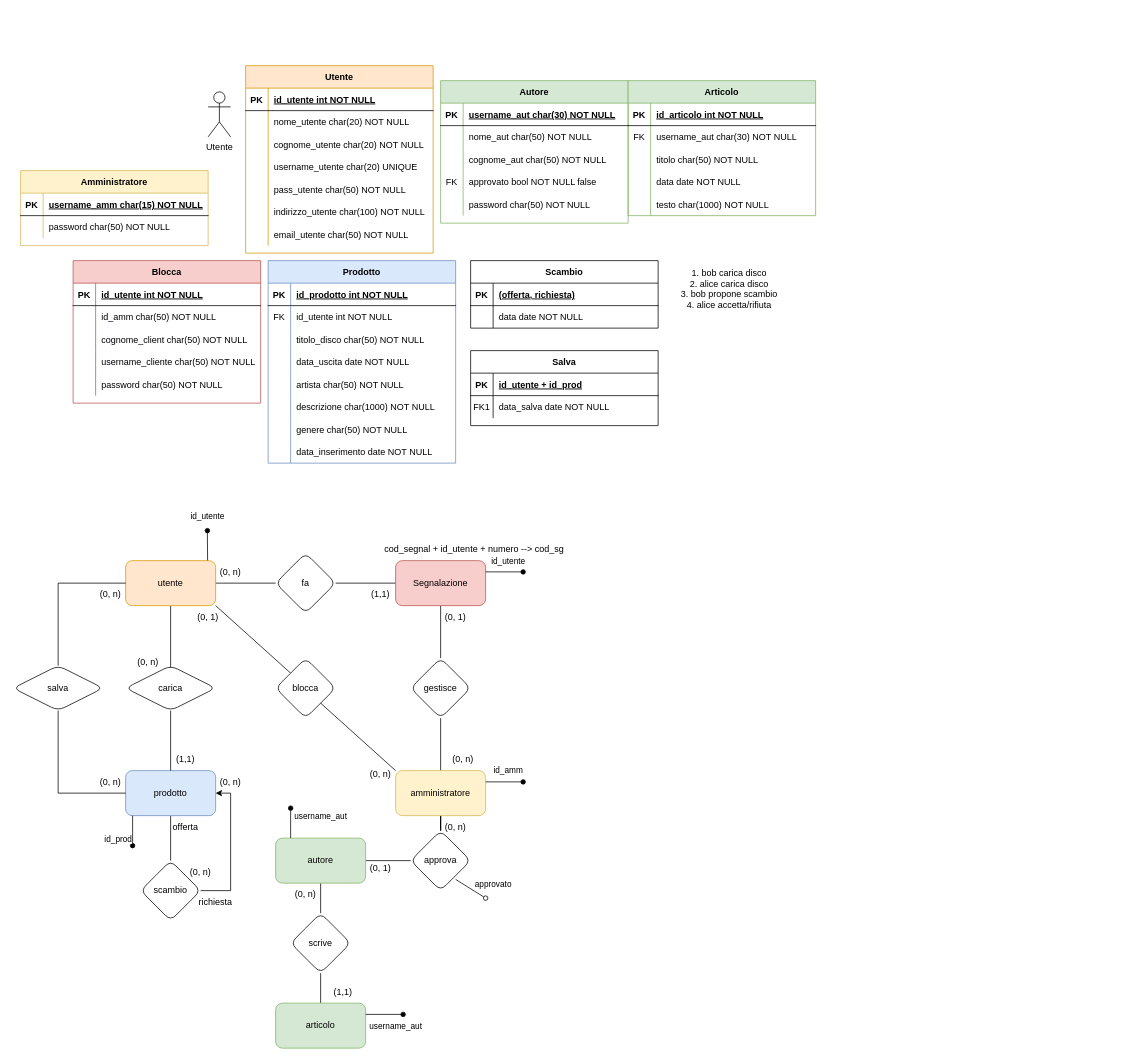
Above: testDraw.drawio in nonPitte/testDraw (draw.io), before the change. Source tidied: cells renumbered, new cells numbered last; positions are measured from the earlier drawing's top-left corner, leaving out a move shared by most shapes. Both pictures are drawn from the tidied source at 75%, with x=0, y=0 at pixel (13, 65).
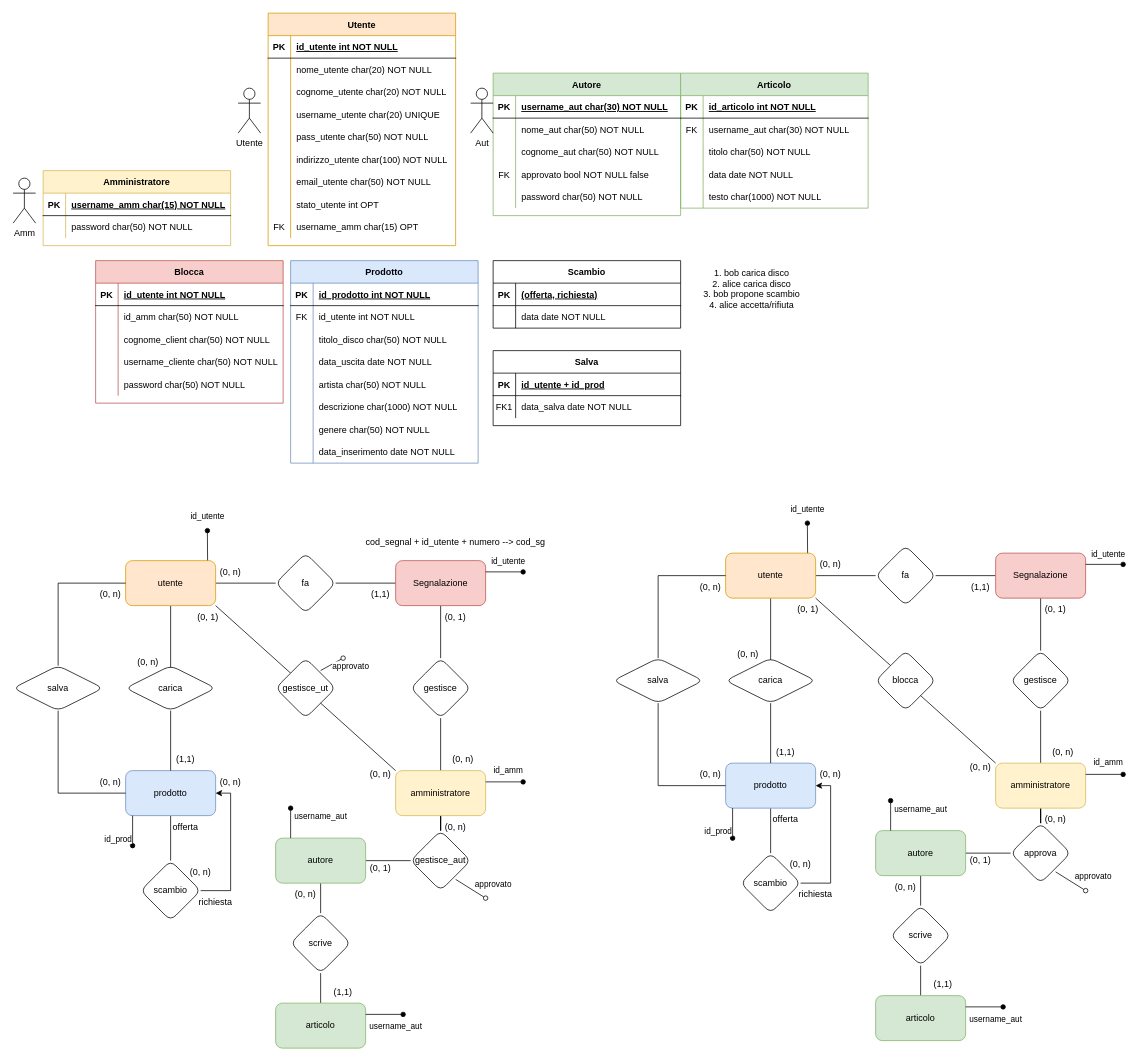
The same diagram, later.

Commit message:
aggiungi approvazione

What changed in the source:
```diff
@@
     <mxCell id="2" value="Utente" style="shape=table;startSize=30;childLayout=tableLayout;rowLines=0;fontStyle=1;align=center;fillColor=#ffe6cc;strokeColor=#d79b00;" parent="1" vertex="1">
-      <mxGeometry x="310" width="250" height="250" as="geometry" />
+      <mxGeometry x="340" y="-70" width="250" height="310" as="geometry" />
     </mxCell>
@@
+    <mxCell id="177" style="shape=partialRectangle;fillColor=none;top=0;left=0;right=0;bottom=0;" parent="2" vertex="1">
+      <mxGeometry y="240" width="250" height="30" as="geometry" />
+    </mxCell>
+    <mxCell id="178" style="shape=partialRectangle;overflow=hidden;fillColor=none;top=0;left=0;bottom=0;right=0;" parent="177" vertex="1">
+      <mxGeometry width="30" height="30" as="geometry" />
+    </mxCell>
+    <mxCell id="179" value="stato_utente int OPT" style="shape=partialRectangle;overflow=hidden;fillColor=none;top=0;left=0;bottom=0;right=0;align=left;spacingLeft=6;labelBackgroundColor=none;fontSize=12;" parent="177" vertex="1">
+      <mxGeometry x="30" width="220" height="30" as="geometry" />
+    </mxCell>
+    <mxCell id="180" style="shape=partialRectangle;fillColor=none;top=0;left=0;right=0;bottom=0;" parent="2" vertex="1">
+      <mxGeometry y="270" width="250" height="30" as="geometry" />
+    </mxCell>
+    <mxCell id="181" value="FK" style="shape=partialRectangle;overflow=hidden;fillColor=none;top=0;left=0;bottom=0;right=0;" parent="180" vertex="1">
+      <mxGeometry width="30" height="30" as="geometry" />
+    </mxCell>
+    <mxCell id="182" value="username_amm char(15) OPT" style="shape=partialRectangle;overflow=hidden;fillColor=none;top=0;left=0;bottom=0;right=0;align=left;spacingLeft=6;" parent="180" vertex="1">
+      <mxGeometry x="30" width="220" height="30" as="geometry" />
+    </mxCell>
     <mxCell id="24" value="Prodotto" style="shape=table;startSize=30;childLayout=tableLayout;rowLines=0;fontStyle=1;align=center;fillColor=#dae8fc;strokeColor=#6c8ebf;" parent="1" vertex="1">
-      <mxGeometry x="340" y="260" width="250" height="270" as="geometry" />
+      <mxGeometry x="370" y="260" width="250" height="270" as="geometry" />
     </mxCell>
@@
     <mxCell id="49" value="Utente" style="shape=umlActor;verticalLabelPosition=bottom;verticalAlign=top;html=1;strokeColor=default;align=center;fontFamily=Helvetica;fontSize=12;fontColor=default;fillColor=none;" parent="1" vertex="1">
-      <mxGeometry x="260" y="35" width="30" height="60" as="geometry" />
+      <mxGeometry x="300" y="30" width="30" height="60" as="geometry" />
     </mxCell>
     <mxCell id="50" value="Amministratore" style="shape=table;startSize=30;childLayout=tableLayout;rowLines=0;fontStyle=1;align=center;fillColor=#fff2cc;strokeColor=#d6b656;" parent="1" vertex="1">
-      <mxGeometry x="10" y="140" width="250" height="100" as="geometry" />
+      <mxGeometry x="40" y="140" width="250" height="100" as="geometry" />
     </mxCell>
@@
-    <mxCell id="66" value="blocca" style="rhombus;whiteSpace=wrap;html=1;rounded=1;" parent="1" vertex="1">
+    <mxCell id="66" value="gestisce_ut" style="rhombus;whiteSpace=wrap;html=1;rounded=1;" parent="1" vertex="1">
       <mxGeometry x="350" y="790" width="80" height="80" as="geometry" />
     </mxCell>
@@
     <mxCell id="82" value="cod_segnal + id_utente + numero --&amp;gt; cod_sg" style="text;html=1;align=center;verticalAlign=middle;whiteSpace=wrap;rounded=0;" parent="1" vertex="1">
-      <mxGeometry x="440" y="630" width="350" height="30" as="geometry" />
+      <mxGeometry x="415" y="620" width="350" height="30" as="geometry" />
     </mxCell>
@@
     <mxCell id="91" value="Salva" style="shape=table;startSize=30;childLayout=tableLayout;rowLines=0;fontStyle=1;align=center;" parent="1" vertex="1">
-      <mxGeometry x="610" y="380" width="250" height="100" as="geometry" />
+      <mxGeometry x="640" y="380" width="250" height="100" as="geometry" />
     </mxCell>
@@
     <mxCell id="100" value="Blocca" style="shape=table;startSize=30;childLayout=tableLayout;rowLines=0;fontStyle=1;align=center;fillColor=#f8cecc;strokeColor=#b85450;" parent="1" vertex="1">
-      <mxGeometry x="80" y="260" width="250" height="190" as="geometry" />
+      <mxGeometry x="110" y="260" width="250" height="190" as="geometry" />
     </mxCell>
@@
     <mxCell id="116" value="Scambio" style="shape=table;startSize=30;childLayout=tableLayout;rowLines=0;fontStyle=1;align=center;" parent="1" vertex="1">
-      <mxGeometry x="610" y="260" width="250" height="90" as="geometry" />
+      <mxGeometry x="640" y="260" width="250" height="90" as="geometry" />
     </mxCell>
@@
     <mxCell id="123" value="&lt;div&gt;1. bob carica disco&lt;/div&gt;&lt;div&gt;2. alice carica disco&lt;/div&gt;&lt;div&gt;3. bob propone scambio&lt;/div&gt;&lt;div&gt;4. alice accetta/rifiuta&lt;br&gt;&lt;/div&gt;&lt;div&gt;&lt;br&gt;&lt;/div&gt;" style="text;html=1;align=center;verticalAlign=middle;whiteSpace=wrap;rounded=0;" parent="1" vertex="1">
-      <mxGeometry x="860" y="270" width="190" height="70" as="geometry" />
+      <mxGeometry x="890" y="270" width="190" height="70" as="geometry" />
     </mxCell>
@@
-    <mxCell id="132" value="approva" style="rhombus;whiteSpace=wrap;html=1;rounded=1;" parent="1" vertex="1">
+    <mxCell id="132" value="gestisce_aut" style="rhombus;whiteSpace=wrap;html=1;rounded=1;" parent="1" vertex="1">
       <mxGeometry x="530" y="1020" width="80" height="80" as="geometry" />
     </mxCell>
@@
     <mxCell id="135" value="Autore" style="shape=table;startSize=30;childLayout=tableLayout;rowLines=0;fontStyle=1;align=center;fillColor=#d5e8d4;strokeColor=#82b366;" parent="1" vertex="1">
-      <mxGeometry x="570" y="20" width="250" height="190" as="geometry" />
+      <mxGeometry x="640" y="10" width="250" height="190" as="geometry" />
     </mxCell>
@@
     <mxCell id="161" value="Articolo" style="shape=table;startSize=30;childLayout=tableLayout;rowLines=0;fontStyle=1;align=center;fillColor=#d5e8d4;strokeColor=#82b366;" parent="1" vertex="1">
-      <mxGeometry x="820" y="20" width="250" height="180" as="geometry" />
+      <mxGeometry x="890" y="10" width="250" height="180" as="geometry" />
     </mxCell>
@@
+    <mxCell id="183" value="Amm" style="shape=umlActor;verticalLabelPosition=bottom;verticalAlign=top;html=1;" parent="1" vertex="1">
+      <mxGeometry y="150" width="30" height="60" as="geometry" />
+    </mxCell>
+    <mxCell id="184" value="Aut" style="shape=umlActor;verticalLabelPosition=bottom;verticalAlign=top;html=1;" parent="1" vertex="1">
+      <mxGeometry x="610" y="30" width="30" height="60" as="geometry" />
+    </mxCell>
+    <mxCell id="185" style="edgeStyle=orthogonalEdgeStyle;rounded=0;jettySize=auto;html=1;endArrow=none;endFill=0;" parent="1" edge="1" source="211" target="187">
+      <mxGeometry relative="1" as="geometry" />
+    </mxCell>
+    <mxCell id="186" style="edgeStyle=orthogonalEdgeStyle;rounded=0;jettySize=auto;html=1;endArrow=none;endFill=0;exitX=1;exitY=0.5;exitDx=0;exitDy=0;" parent="1" edge="1" source="187" target="189">
+      <mxGeometry relative="1" as="geometry" />
+    </mxCell>
+    <mxCell id="187" value="fa" style="rhombus;whiteSpace=wrap;html=1;rounded=1;" parent="1" vertex="1">
+      <mxGeometry x="1150" y="640" width="80" height="80" as="geometry" />
+    </mxCell>
+    <mxCell id="188" style="edgeStyle=orthogonalEdgeStyle;rounded=0;jettySize=auto;html=1;endArrow=none;endFill=0;" parent="1" edge="1" source="189" target="191">
+      <mxGeometry relative="1" as="geometry" />
+    </mxCell>
+    <mxCell id="189" value="Segnalazione" style="whiteSpace=wrap;html=1;rounded=1;fillColor=#f8cecc;strokeColor=#b85450;" parent="1" vertex="1">
+      <mxGeometry x="1310" y="650" width="120" height="60" as="geometry" />
+    </mxCell>
+    <mxCell id="190" style="edgeStyle=orthogonalEdgeStyle;rounded=0;jettySize=auto;html=1;endArrow=none;endFill=0;" parent="1" edge="1" source="191" target="193">
+      <mxGeometry relative="1" as="geometry" />
+    </mxCell>
+    <mxCell id="191" value="gestisce" style="rhombus;whiteSpace=wrap;html=1;rounded=1;" parent="1" vertex="1">
+      <mxGeometry x="1330" y="780" width="80" height="80" as="geometry" />
+    </mxCell>
+    <mxCell id="192" style="edgeStyle=orthogonalEdgeStyle;rounded=0;jettySize=auto;html=1;endArrow=none;endFill=0;" parent="1" edge="1" source="193" target="228">
+      <mxGeometry relative="1" as="geometry" />
+    </mxCell>
+    <mxCell id="193" value="amministratore" style="whiteSpace=wrap;html=1;rounded=1;fillColor=#fff2cc;strokeColor=#d6b656;" parent="1" vertex="1">
+      <mxGeometry x="1310" y="930" width="120" height="60" as="geometry" />
+    </mxCell>
+    <mxCell id="194" value="blocca" style="rhombus;whiteSpace=wrap;html=1;rounded=1;" parent="1" vertex="1">
+      <mxGeometry x="1150" y="780" width="80" height="80" as="geometry" />
+    </mxCell>
+    <mxCell id="195" style="endArrow=none;html=1;rounded=0;exitX=1;exitY=1;exitDx=0;exitDy=0;entryX=0;entryY=0;entryDx=0;entryDy=0;" parent="1" edge="1" source="211" target="194">
+      <mxGeometry relative="1" as="geometry" />
+    </mxCell>
+    <mxCell id="196" style="edgeStyle=orthogonalEdgeStyle;rounded=0;jettySize=auto;html=1;endArrow=none;endFill=0;" parent="1" edge="1" source="197" target="224">
+      <mxGeometry relative="1" as="geometry" />
+    </mxCell>
+    <mxCell id="197" value="prodotto" style="whiteSpace=wrap;html=1;rounded=1;fillColor=#dae8fc;strokeColor=#6c8ebf;" parent="1" vertex="1">
+      <mxGeometry x="950" y="930" width="120" height="60" as="geometry" />
+    </mxCell>
+    <mxCell id="198" value="carica" style="shape=rhombus;perimeter=rhombusPerimeter;whiteSpace=wrap;html=1;align=center;rounded=1;" parent="1" vertex="1">
+      <mxGeometry x="950" y="790" width="120" height="60" as="geometry" />
+    </mxCell>
+    <mxCell id="199" value="(0, n)" style="text;html=1;align=center;verticalAlign=middle;whiteSpace=wrap;rounded=0;" parent="1" vertex="1">
+      <mxGeometry x="950" y="770" width="60" height="30" as="geometry" />
+    </mxCell>
+    <mxCell id="200" style="endArrow=none;html=1;rounded=0;entryX=1;entryY=1;entryDx=0;entryDy=0;exitX=0;exitY=0;exitDx=0;exitDy=0;" parent="1" edge="1" source="193" target="194">
+      <mxGeometry relative="1" as="geometry" />
+    </mxCell>
+    <mxCell id="201" style="endArrow=none;html=1;rounded=0;entryX=0.5;entryY=1;entryDx=0;entryDy=0;exitX=1;exitY=0.75;exitDx=0;exitDy=0;" parent="1" edge="1" source="199" target="211">
+      <mxGeometry relative="1" as="geometry" />
+    </mxCell>
+    <mxCell id="202" style="endArrow=none;html=1;rounded=0;entryX=0.5;entryY=1;entryDx=0;entryDy=0;exitX=0.5;exitY=0;exitDx=0;exitDy=0;" parent="1" edge="1" source="197" target="198">
+      <mxGeometry relative="1" as="geometry" />
+    </mxCell>
+    <mxCell id="203" value="(1,1)" style="text;html=1;align=center;verticalAlign=middle;whiteSpace=wrap;rounded=0;" parent="1" vertex="1">
+      <mxGeometry x="1000" y="900" width="60" height="30" as="geometry" />
+    </mxCell>
+    <mxCell id="204" value="(0, n)" style="text;html=1;align=center;verticalAlign=middle;whiteSpace=wrap;rounded=0;" parent="1" vertex="1">
+      <mxGeometry x="1370" y="900" width="60" height="30" as="geometry" />
+    </mxCell>
+    <mxCell id="205" value="(0, 1)" style="text;html=1;align=center;verticalAlign=middle;whiteSpace=wrap;rounded=0;" parent="1" vertex="1">
+      <mxGeometry x="1360" y="710" width="60" height="30" as="geometry" />
+    </mxCell>
+    <mxCell id="206" value="(1,1)" style="text;html=1;align=center;verticalAlign=middle;whiteSpace=wrap;rounded=0;" parent="1" vertex="1">
+      <mxGeometry x="1260" y="680" width="60" height="30" as="geometry" />
+    </mxCell>
+    <mxCell id="207" value="(0, 1)" style="text;html=1;align=center;verticalAlign=middle;whiteSpace=wrap;rounded=0;" parent="1" vertex="1">
+      <mxGeometry x="1030" y="710" width="60" height="30" as="geometry" />
+    </mxCell>
+    <mxCell id="208" value="(0, n)" style="text;html=1;align=center;verticalAlign=middle;whiteSpace=wrap;rounded=0;" parent="1" vertex="1">
+      <mxGeometry x="1260" y="920" width="60" height="30" as="geometry" />
+    </mxCell>
+    <mxCell id="209" value="(0, n)" style="text;html=1;align=center;verticalAlign=middle;whiteSpace=wrap;rounded=0;" parent="1" vertex="1">
+      <mxGeometry x="1060" y="650" width="60" height="30" as="geometry" />
+    </mxCell>
+    <mxCell id="210" value="&lt;span style=&quot;background-color: transparent;&quot;&gt;id_utente&lt;/span&gt;" style="html=1;verticalAlign=bottom;startArrow=oval;startFill=1;endArrow=none;startSize=6;endSize=8;curved=0;rounded=0;endFill=0;entryX=0.911;entryY=0.043;entryDx=0;entryDy=0;entryPerimeter=0;" parent="1" edge="1" target="211">
+      <mxGeometry x="-1" y="-10" relative="1" as="geometry">
+        <mxPoint x="1059" y="610" as="sourcePoint" />
+        <mxPoint x="10" y="-10" as="offset" />
+      </mxGeometry>
+    </mxCell>
+    <mxCell id="211" value="utente" style="rounded=1;whiteSpace=wrap;html=1;fillColor=#ffe6cc;strokeColor=#d79b00;" parent="1" vertex="1">
+      <mxGeometry x="950" y="650" width="120" height="60" as="geometry" />
+    </mxCell>
+    <mxCell id="212" value="&lt;span style=&quot;background-color: transparent;&quot;&gt;id_amm&lt;br&gt;&lt;/span&gt;" style="html=1;verticalAlign=bottom;startArrow=oval;startFill=1;endArrow=none;startSize=6;endSize=8;curved=0;rounded=0;endFill=0;entryX=1;entryY=0.25;entryDx=0;entryDy=0;" parent="1" edge="1" target="193">
+      <mxGeometry x="-0.2" y="-7" relative="1" as="geometry">
+        <mxPoint x="1480" y="945" as="sourcePoint" />
+      </mxGeometry>
+    </mxCell>
+    <mxCell id="213" value="&lt;div&gt;id_prod&lt;/div&gt;" style="html=1;verticalAlign=bottom;startArrow=oval;startFill=1;endArrow=none;startSize=6;endSize=8;curved=0;rounded=0;endFill=0;entryX=1;entryY=0.25;entryDx=0;entryDy=0;" parent="1" edge="1">
+      <mxGeometry x="-1" y="19" relative="1" as="geometry">
+        <mxPoint x="959.3" y="1030" as="sourcePoint" />
+        <mxPoint x="959.3" y="990" as="targetPoint" />
+      </mxGeometry>
+    </mxCell>
+    <mxCell id="214" value="&lt;span style=&quot;background-color: transparent;&quot;&gt;id_utente&lt;/span&gt;" style="html=1;verticalAlign=bottom;startArrow=oval;startFill=1;endArrow=none;startSize=6;endSize=8;curved=0;rounded=0;endFill=0;entryX=1;entryY=0.25;entryDx=0;entryDy=0;" parent="1" edge="1" target="189">
+      <mxGeometry x="-0.2" y="-5" relative="1" as="geometry">
+        <mxPoint x="1480" y="665" as="sourcePoint" />
+      </mxGeometry>
+    </mxCell>
+    <mxCell id="215" style="edgeStyle=orthogonalEdgeStyle;rounded=0;jettySize=auto;html=1;entryX=0;entryY=0.5;entryDx=0;entryDy=0;endArrow=none;endFill=0;" parent="1" edge="1" source="217" target="211">
+      <mxGeometry relative="1" as="geometry">
+        <Array as="points">
+          <mxPoint x="860" y="680" />
+        </Array>
+      </mxGeometry>
+    </mxCell>
+    <mxCell id="216" style="edgeStyle=orthogonalEdgeStyle;rounded=0;jettySize=auto;html=1;exitX=0.5;exitY=1;exitDx=0;exitDy=0;entryX=0;entryY=0.5;entryDx=0;entryDy=0;endArrow=none;endFill=0;" parent="1" edge="1" source="217" target="197">
+      <mxGeometry relative="1" as="geometry" />
+    </mxCell>
+    <mxCell id="217" value="salva" style="shape=rhombus;perimeter=rhombusPerimeter;whiteSpace=wrap;html=1;align=center;rounded=1;" parent="1" vertex="1">
+      <mxGeometry x="800" y="790" width="120" height="60" as="geometry" />
+    </mxCell>
+    <mxCell id="218" value="(0, n)" style="text;html=1;align=center;verticalAlign=middle;whiteSpace=wrap;rounded=0;" parent="1" vertex="1">
+      <mxGeometry x="900" y="680" width="60" height="30" as="geometry" />
+    </mxCell>
+    <mxCell id="219" value="(0, n)" style="text;html=1;align=center;verticalAlign=middle;whiteSpace=wrap;rounded=0;" parent="1" vertex="1">
+      <mxGeometry x="900" y="930" width="60" height="30" as="geometry" />
+    </mxCell>
+    <mxCell id="220" style="edgeStyle=orthogonalEdgeStyle;rounded=0;jettySize=auto;html=1;entryX=1;entryY=0.5;entryDx=0;entryDy=0;" parent="1" edge="1" source="224" target="197">
+      <mxGeometry relative="1" as="geometry">
+        <Array as="points">
+          <mxPoint x="1090" y="1090" />
+          <mxPoint x="1090" y="960" />
+        </Array>
+      </mxGeometry>
+    </mxCell>
+    <mxCell id="221" value="(0, n)" style="text;html=1;align=center;verticalAlign=middle;whiteSpace=wrap;rounded=0;" parent="1" vertex="1">
+      <mxGeometry x="1060" y="930" width="60" height="30" as="geometry" />
+    </mxCell>
+    <mxCell id="222" value="&lt;div&gt;offerta&lt;/div&gt;" style="text;html=1;align=center;verticalAlign=middle;whiteSpace=wrap;rounded=0;" parent="1" vertex="1">
+      <mxGeometry x="1000" y="990" width="60" height="30" as="geometry" />
+    </mxCell>
+    <mxCell id="223" style="group;" parent="1" vertex="1">
+      <mxGeometry x="970" y="1050" width="130" height="80" as="geometry" />
+    </mxCell>
+    <mxCell id="224" value="scambio" style="rhombus;whiteSpace=wrap;html=1;rounded=1;" parent="223" vertex="1">
+      <mxGeometry width="80" height="80" as="geometry" />
+    </mxCell>
+    <mxCell id="225" value="(0, n)" style="text;html=1;align=center;verticalAlign=middle;whiteSpace=wrap;rounded=0;" parent="223" vertex="1">
+      <mxGeometry x="50" width="60" height="30" as="geometry" />
+    </mxCell>
+    <mxCell id="226" value="richiesta" style="text;html=1;align=center;verticalAlign=middle;whiteSpace=wrap;rounded=0;" parent="223" vertex="1">
+      <mxGeometry x="70" y="40" width="60" height="30" as="geometry" />
+    </mxCell>
+    <mxCell id="227" style="edgeStyle=orthogonalEdgeStyle;rounded=0;jettySize=auto;html=1;endArrow=none;endFill=0;" parent="1" edge="1" source="228" target="230">
+      <mxGeometry relative="1" as="geometry" />
+    </mxCell>
+    <mxCell id="228" value="approva" style="rhombus;whiteSpace=wrap;html=1;rounded=1;" parent="1" vertex="1">
+      <mxGeometry x="1330" y="1010" width="80" height="80" as="geometry" />
+    </mxCell>
+    <mxCell id="229" style="edgeStyle=orthogonalEdgeStyle;rounded=0;jettySize=auto;html=1;endArrow=none;endFill=0;" parent="1" edge="1" source="230" target="236">
+      <mxGeometry relative="1" as="geometry" />
+    </mxCell>
+    <mxCell id="230" value="autore" style="whiteSpace=wrap;html=1;rounded=1;fillColor=#d5e8d4;strokeColor=#82b366;" parent="1" vertex="1">
+      <mxGeometry x="1150" y="1020" width="120" height="60" as="geometry" />
+    </mxCell>
+    <mxCell id="231" value="(0, n)" style="text;html=1;align=center;verticalAlign=middle;whiteSpace=wrap;rounded=0;" parent="1" vertex="1">
+      <mxGeometry x="1360" y="990" width="60" height="30" as="geometry" />
+    </mxCell>
+    <mxCell id="232" value="(0, 1)" style="text;html=1;align=center;verticalAlign=middle;whiteSpace=wrap;rounded=0;" parent="1" vertex="1">
+      <mxGeometry x="1260" y="1045" width="60" height="30" as="geometry" />
+    </mxCell>
+    <mxCell id="233" value="approvato" style="html=1;verticalAlign=bottom;startArrow=oval;startFill=0;endArrow=none;startSize=6;endSize=8;curved=0;rounded=0;endFill=0;entryX=1;entryY=0.25;entryDx=0;entryDy=0;strokeColor=default;" parent="1" edge="1">
+      <mxGeometry x="-1" y="-14" relative="1" as="geometry">
+        <mxPoint x="1430" y="1100" as="sourcePoint" />
+        <mxPoint x="1390" y="1075" as="targetPoint" />
+        <mxPoint x="3" y="2" as="offset" />
+      </mxGeometry>
+    </mxCell>
+    <mxCell id="234" value="&lt;span style=&quot;background-color: transparent;&quot;&gt;username_aut&lt;br&gt;&lt;/span&gt;" style="html=1;verticalAlign=bottom;startArrow=oval;startFill=1;endArrow=none;startSize=6;endSize=8;curved=0;rounded=0;endFill=0;entryX=1;entryY=0.25;entryDx=0;entryDy=0;" parent="1" edge="1">
+      <mxGeometry y="40" relative="1" as="geometry">
+        <mxPoint x="1170" y="980" as="sourcePoint" />
+        <mxPoint x="1170" y="1020" as="targetPoint" />
+      </mxGeometry>
+    </mxCell>
+    <mxCell id="235" style="edgeStyle=orthogonalEdgeStyle;rounded=0;jettySize=auto;html=1;endArrow=none;endFill=0;" parent="1" edge="1" source="236" target="237">
+      <mxGeometry relative="1" as="geometry" />
+    </mxCell>
+    <mxCell id="236" value="scrive" style="rhombus;whiteSpace=wrap;html=1;rounded=1;" parent="1" vertex="1">
+      <mxGeometry x="1170" y="1120" width="80" height="80" as="geometry" />
+    </mxCell>
+    <mxCell id="237" value="articolo" style="whiteSpace=wrap;html=1;rounded=1;fillColor=#d5e8d4;strokeColor=#82b366;" parent="1" vertex="1">
+      <mxGeometry x="1150" y="1240" width="120" height="60" as="geometry" />
+    </mxCell>
+    <mxCell id="238" value="(1,1)" style="text;html=1;align=center;verticalAlign=middle;whiteSpace=wrap;rounded=0;" parent="1" vertex="1">
+      <mxGeometry x="1210" y="1210" width="60" height="30" as="geometry" />
+    </mxCell>
+    <mxCell id="239" value="(0, n)" style="text;html=1;align=center;verticalAlign=middle;whiteSpace=wrap;rounded=0;" parent="1" vertex="1">
+      <mxGeometry x="1160" y="1080" width="60" height="30" as="geometry" />
+    </mxCell>
+    <mxCell id="240" value="&lt;span style=&quot;background-color: transparent;&quot;&gt;username_aut&lt;br&gt;&lt;/span&gt;" style="html=1;verticalAlign=bottom;startArrow=oval;startFill=1;endArrow=none;startSize=6;endSize=8;curved=0;rounded=0;endFill=0;entryX=1;entryY=0.25;entryDx=0;entryDy=0;" parent="1" edge="1" target="237">
+      <mxGeometry x="-0.6" y="25" relative="1" as="geometry">
+        <mxPoint x="1320" y="1255" as="sourcePoint" />
+      </mxGeometry>
+    </mxCell>
+    <mxCell id="241" value="approvato" style="html=1;verticalAlign=bottom;startArrow=oval;startFill=0;endArrow=none;startSize=6;endSize=8;curved=0;rounded=0;endFill=0;entryX=0.911;entryY=0.043;entryDx=0;entryDy=0;entryPerimeter=0;" parent="1" edge="1">
+      <mxGeometry x="-0.95" y="22" relative="1" as="geometry">
+        <mxPoint x="440" y="790" as="sourcePoint" />
+        <mxPoint x="410" y="806.5" as="targetPoint" />
+      </mxGeometry>
+    </mxCell>
```
